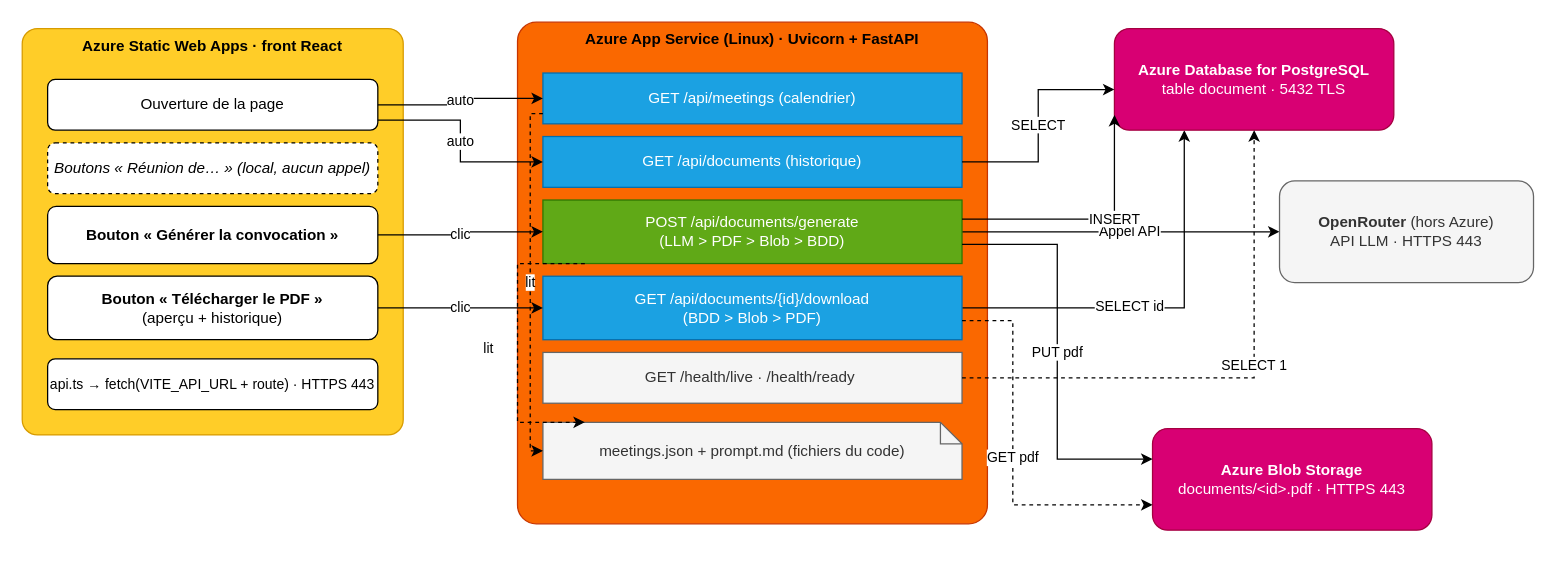
The draw.io diagram CloudMaster.drawio in mathieu-ferrante/Coud-Master, before the edit. Source tidied: cells renumbered, new cells numbered last; positions are measured from the earlier drawing's top-left corner, leaving out a move shared by most shapes. Both pictures are drawn from the tidied source at 127%, with x=0, y=0 at pixel (22, 22).
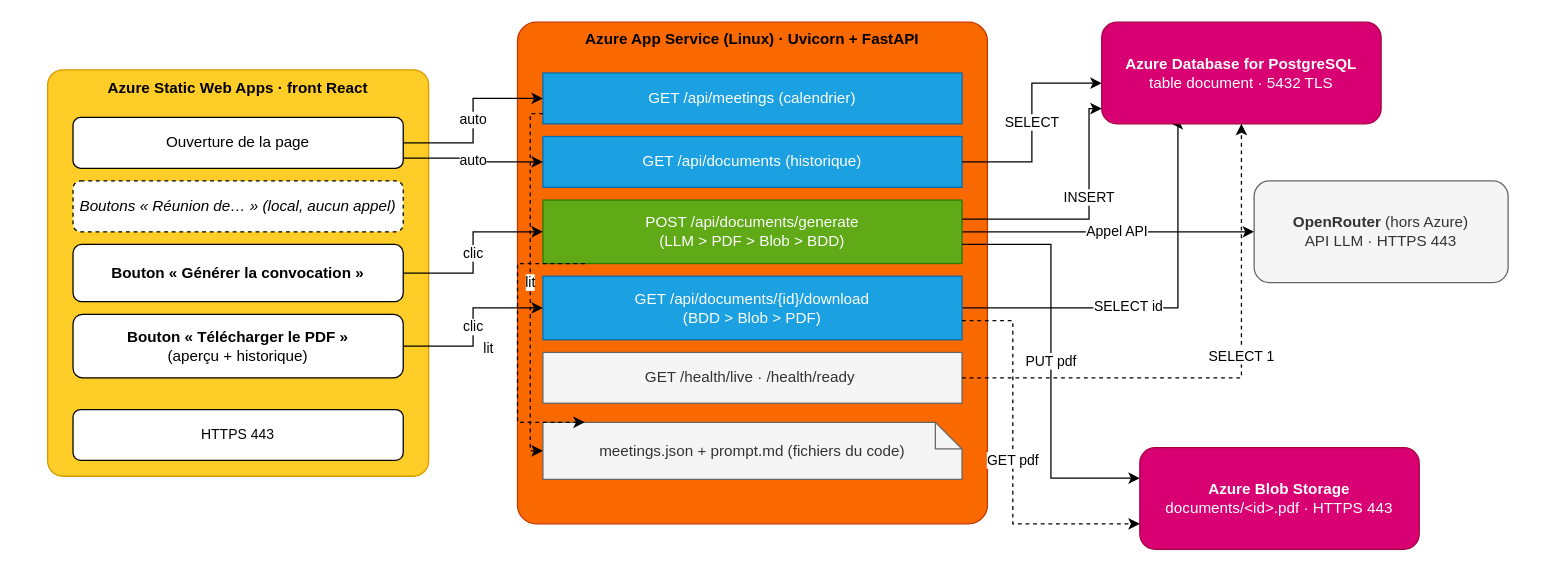
The same page after the edit.

Unchanged cells that the change refers to:
```xml
<mxCell id="13" value="POST /api/documents/generate&lt;br&gt;(LLM &amp;gt; PDF &amp;gt; Blob &amp;gt; BDD)" style="rounded=0;whiteSpace=wrap;html=1;fillColor=#60a917;fontColor=#ffffff;strokeColor=#2D7600;" parent="1" vertex="1">
  <mxGeometry x="410" y="140" width="330" height="50" as="geometry" />
</mxCell>
<mxCell id="16" value="GET /api/documents/{id}/download&lt;br&gt;(BDD &amp;gt; Blob &amp;gt; PDF)" style="rounded=0;whiteSpace=wrap;html=1;fillColor=#1ba1e2;fontColor=#ffffff;strokeColor=#006EAF;" parent="1" vertex="1">
  <mxGeometry x="410" y="200" width="330" height="50" as="geometry" />
</mxCell>
```

What changed in the source:
```diff
@@
     <mxCell id="2" value="Azure Static Web Apps · front React" style="rounded=1;whiteSpace=wrap;html=1;arcSize=4;fillColor=#ffcd28;fontColor=#000000;strokeColor=#d79b00;verticalAlign=top;fontStyle=1;" parent="1" vertex="1">
-      <mxGeometry y="5" width="300" height="320" as="geometry" />
+      <mxGeometry x="20" y="37.5" width="300" height="320" as="geometry" />
     </mxCell>
     <mxCell id="3" value="Ouverture de la page" style="rounded=1;whiteSpace=wrap;html=1;fontColor=#000000;fillColor=#ffffff;" parent="1" vertex="1">
-      <mxGeometry x="20" y="45" width="260" height="40" as="geometry" />
+      <mxGeometry x="40" y="75" width="260" height="40" as="geometry" />
     </mxCell>
     <mxCell id="4" value="Boutons « Réunion de… » (local, aucun appel)" style="rounded=1;whiteSpace=wrap;html=1;dashed=1;fontColor=#000000;fillColor=#ffffff;fontStyle=2;" parent="1" vertex="1">
-      <mxGeometry x="20" y="95" width="260" height="40" as="geometry" />
+      <mxGeometry x="40" y="125" width="260" height="40" as="geometry" />
     </mxCell>
     <mxCell id="5" value="Bouton « Générer la convocation »" style="rounded=1;whiteSpace=wrap;html=1;fontColor=#000000;fillColor=#ffffff;fontStyle=1;" parent="1" vertex="1">
-      <mxGeometry x="20" y="145" width="260" height="45" as="geometry" />
+      <mxGeometry x="40" y="175" width="260" height="45" as="geometry" />
     </mxCell>
     <mxCell id="6" value="Bouton « Télécharger le PDF »&lt;br&gt;&lt;span style='font-weight:normal'&gt;(aperçu + historique)&lt;/span&gt;" style="rounded=1;whiteSpace=wrap;html=1;fontColor=#000000;fillColor=#ffffff;fontStyle=1;" parent="1" vertex="1">
-      <mxGeometry x="20" y="200" width="260" height="50" as="geometry" />
+      <mxGeometry x="40" y="230" width="260" height="50" as="geometry" />
     </mxCell>
-    <mxCell id="7" value="api.ts → fetch(VITE_API_URL + route) · HTTPS 443" style="rounded=1;whiteSpace=wrap;html=1;fontColor=#000000;fillColor=#ffffff;fontSize=11;" parent="1" vertex="1">
-      <mxGeometry x="20" y="265" width="260" height="40" as="geometry" />
+    <mxCell id="7" value="HTTPS 443" style="rounded=1;whiteSpace=wrap;html=1;fontColor=#000000;fillColor=#ffffff;fontSize=11;" parent="1" vertex="1">
+      <mxGeometry x="40" y="305" width="260" height="40" as="geometry" />
     </mxCell>
@@
     <mxCell id="14" style="edgeStyle=orthogonalEdgeStyle;rounded=0;jettySize=auto;html=1;entryX=0.25;entryY=1;entryDx=0;entryDy=0;" parent="1" edge="1" source="16" target="19">
-      <mxGeometry x="-0.05" relative="1" as="geometry" />
+      <mxGeometry x="-0.07" relative="1" as="geometry">
+        <Array as="points">
+          <mxPoint x="910" y="225" />
+          <mxPoint x="910" y="80" />
+        </Array>
+      </mxGeometry>
     </mxCell>
     <mxCell id="15" value="SELECT id" style="edgeLabel;html=1;align=center;verticalAlign=middle;" parent="14" vertex="1">
-      <mxGeometry x="-0.17" y="2" relative="1" as="geometry" />
+      <mxGeometry x="-0.19" y="2" relative="1" as="geometry" />
     </mxCell>
@@
-    <mxCell id="18" value="meetings.json + prompt.md (fichiers du code)" style="shape=note;size=17;whiteSpace=wrap;html=1;fillColor=#f5f5f5;fontColor=#333333;strokeColor=#666666;" parent="1" vertex="1">
+    <mxCell id="18" value="meetings.json + prompt.md (fichiers du code)" style="shape=note;size=21;whiteSpace=wrap;html=1;fillColor=#f5f5f5;fontColor=#333333;strokeColor=#666666;" parent="1" vertex="1">
       <mxGeometry x="410" y="315" width="330" height="45" as="geometry" />
     </mxCell>
     <mxCell id="19" value="&lt;b&gt;Azure Database for PostgreSQL&lt;/b&gt;&lt;br&gt;table document · 5432 TLS" style="rounded=1;whiteSpace=wrap;html=1;fillColor=#d80073;fontColor=#ffffff;strokeColor=#A50040;" parent="1" vertex="1">
-      <mxGeometry x="860" y="5" width="220" height="80" as="geometry" />
+      <mxGeometry x="850" width="220" height="80" as="geometry" />
     </mxCell>
     <mxCell id="20" value="&lt;b&gt;Azure Blob Storage&lt;/b&gt;&lt;br&gt;documents/&amp;lt;id&amp;gt;.pdf · HTTPS 443" style="rounded=1;whiteSpace=wrap;html=1;fillColor=#d80073;fontColor=#ffffff;strokeColor=#A50040;" parent="1" vertex="1">
-      <mxGeometry x="890" y="320" width="220" height="80" as="geometry" />
+      <mxGeometry x="880" y="335" width="220" height="80" as="geometry" />
     </mxCell>
     <mxCell id="21" value="&lt;b&gt;OpenRouter&lt;/b&gt; (hors Azure)&lt;br&gt;API LLM · HTTPS 443" style="rounded=1;whiteSpace=wrap;html=1;fillColor=#f5f5f5;fontColor=#333333;strokeColor=#666666;" parent="1" vertex="1">
-      <mxGeometry x="990" y="125" width="200" height="80" as="geometry" />
+      <mxGeometry x="970" y="125" width="200" height="80" as="geometry" />
     </mxCell>
@@
     <mxCell id="29" value="INSERT" style="edgeStyle=orthogonalEdgeStyle;rounded=0;jettySize=auto;html=1;exitX=1;exitY=0.3;exitDx=0;exitDy=0;entryX=0;entryY=0.85;entryDx=0;entryDy=0;" parent="1" edge="1" source="13" target="19">
       <mxGeometry x="0.19" relative="1" as="geometry">
         <Array as="points">
-          <mxPoint x="860" y="155" />
+          <mxPoint x="840" y="155" />
+          <mxPoint x="840" y="68" />
         </Array>
       </mxGeometry>
     </mxCell>
@@
     <mxCell id="31" value="GET pdf" style="edgeStyle=orthogonalEdgeStyle;rounded=0;jettySize=auto;html=1;dashed=1;exitX=1;exitY=0.7;exitDx=0;exitDy=0;entryX=0;entryY=0.75;entryDx=0;entryDy=0;" parent="1" edge="1" source="16" target="20">
       <mxGeometry relative="1" as="geometry">
         <Array as="points">
           <mxPoint x="780" y="235" />
-          <mxPoint x="780" y="380" />
+          <mxPoint x="780" y="395" />
         </Array>
       </mxGeometry>
     </mxCell>
```
